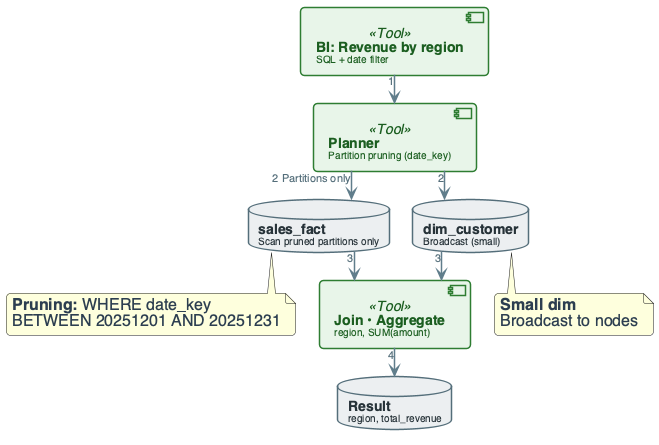
The PlantUML diagram diagrams/week05/week5_practice_slide18_star_query_flow.png in OrPerets/data-engineering-course, before a commit.
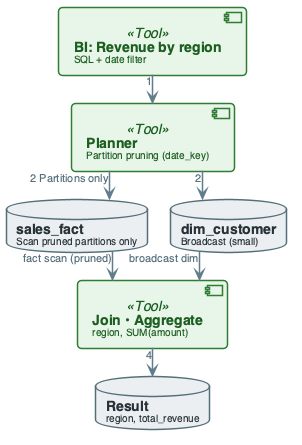
Later version of the same file.

Diff of the diagram source:
```diff
@@ -133,11 +133,8 @@
 BI --> PLAN : "1"
 PLAN --> FACT : "2 Partitions only"
 PLAN --> DIM : "2"
-FACT --> AGG : "3"
-DIM --> AGG : "3"
+FACT --> AGG : "fact scan (pruned)"
+DIM --> AGG : "broadcast dim"
 AGG --> RESULT : "4"
 
-note bottom of FACT : **Pruning:** WHERE date_key\nBETWEEN 20251201 AND 20251231
-note bottom of DIM : **Small dim**\nBroadcast to nodes
-
 @enduml
```
